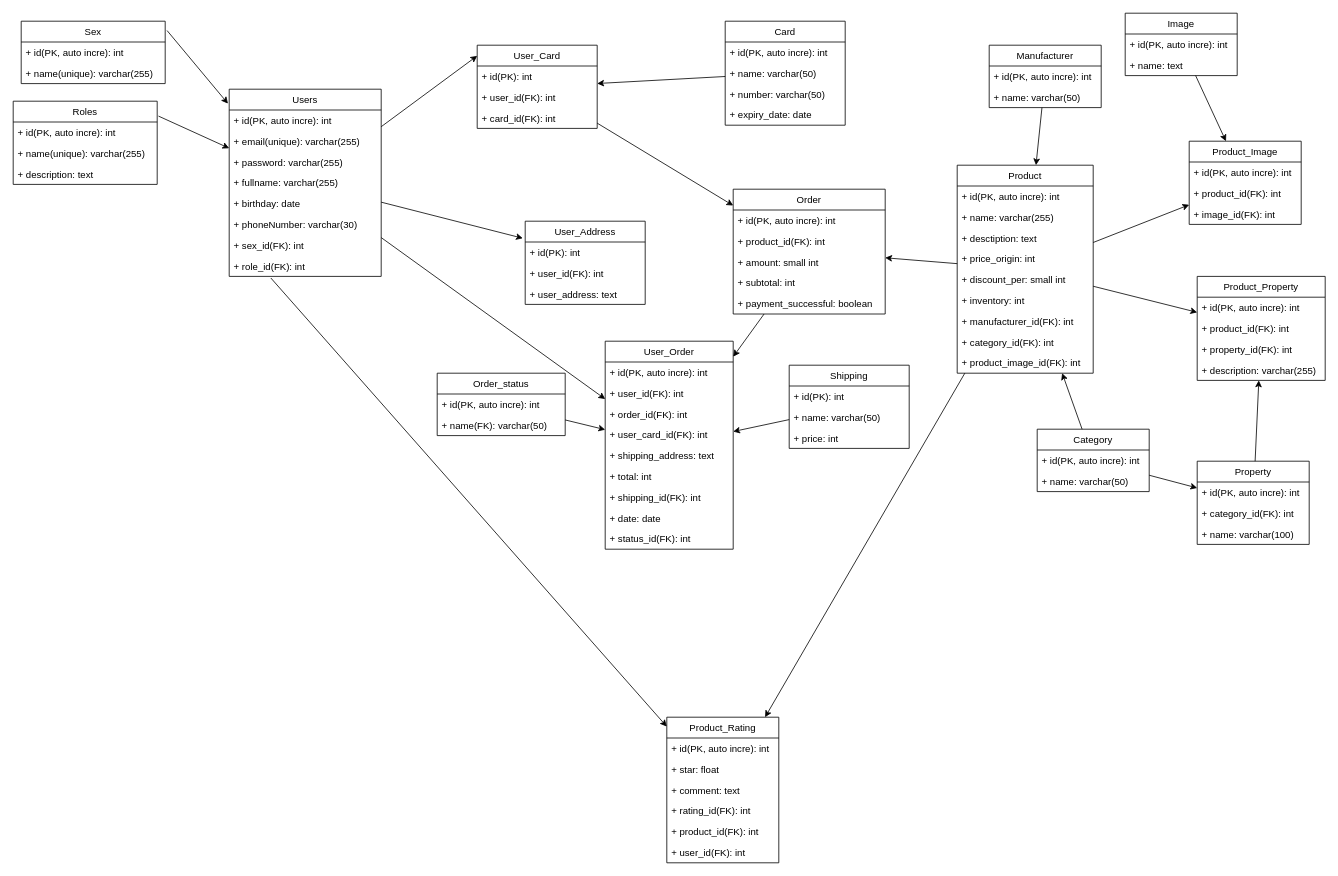
Before: gear3s.drawio in Dev3loperS/gear3s_database, a draw.io diagram. Source tidied: cells renumbered, new cells numbered last; positions are measured from the earlier drawing's top-left corner, leaving out a move shared by most shapes. Both pictures are drawn from the tidied source at 80%, with x=0, y=0 at pixel (13, 13).
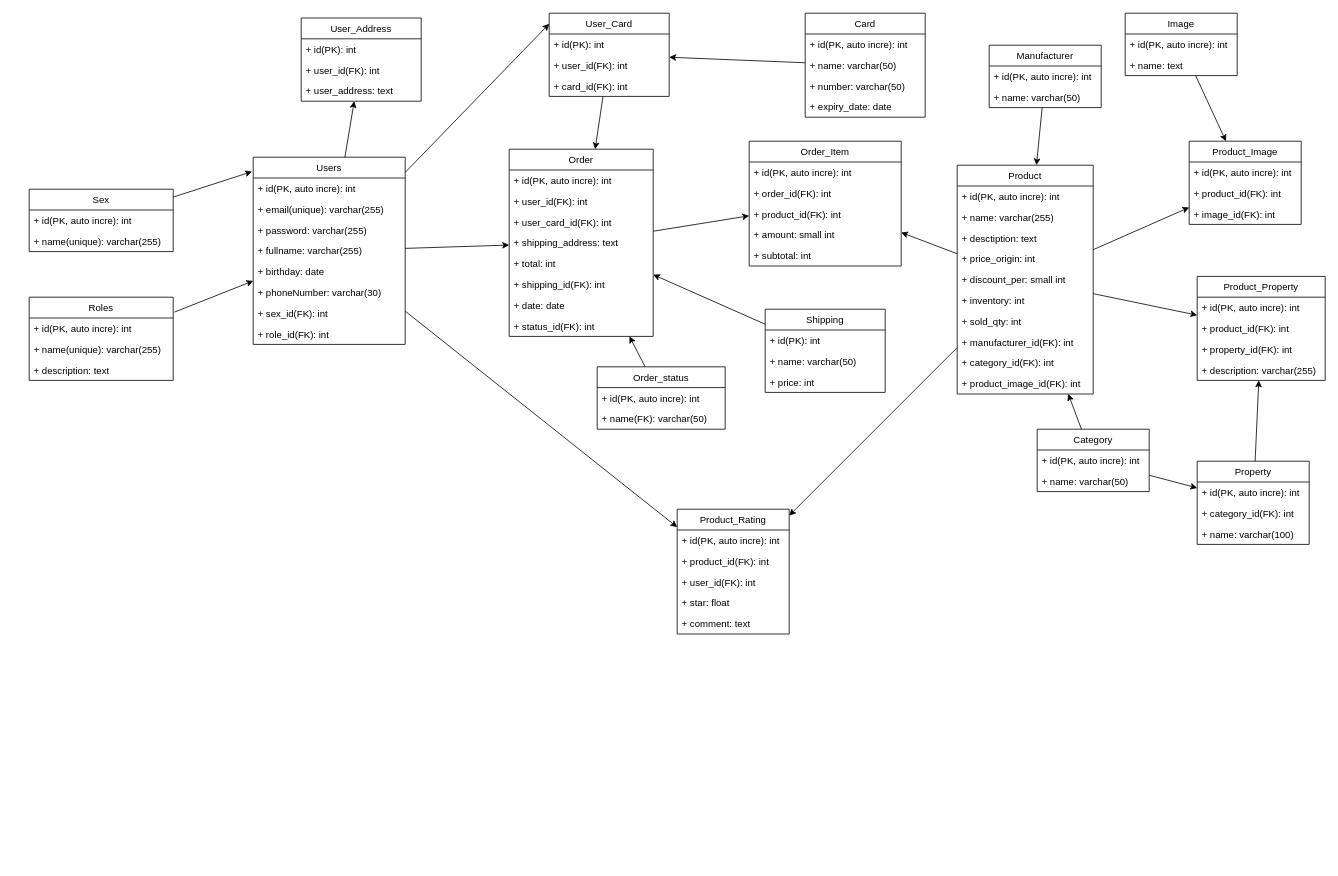
After the change.

The change refers to these unchanged cells:
```xml
<mxCell id="10" value="+ role_id(FK): int " style="text;strokeColor=none;fillColor=none;align=left;verticalAlign=top;spacingLeft=4;spacingRight=4;overflow=hidden;points=[[0,0.5],[1,0.5]];portConstraint=eastwest;" parent="2" vertex="1">
  <mxGeometry y="208" width="190" height="26" as="geometry" />
</mxCell>
```

Change to the diagram source:
```diff
@@
     <mxCell id="2" value="Users" style="swimlane;fontStyle=0;horizontal=1;startSize=26;fillColor=none;" parent="1" vertex="1">
-      <mxGeometry x="270" y="95" width="190" height="234" as="geometry" />
+      <mxGeometry x="300" y="180" width="190" height="234" as="geometry" />
     </mxCell>
@@
     <mxCell id="11" value="Sex" style="swimlane;fontStyle=0;horizontal=1;startSize=26;fillColor=none;" parent="1" vertex="1">
-      <mxGeometry x="10" y="10" width="180" height="78" as="geometry" />
+      <mxGeometry x="20" y="220" width="180" height="78" as="geometry" />
     </mxCell>
@@
     <mxCell id="14" value="User_Address" style="swimlane;fontStyle=0;horizontal=1;startSize=26;fillColor=none;" parent="1" vertex="1">
-      <mxGeometry x="640" y="260" width="150" height="104" as="geometry" />
+      <mxGeometry x="360" y="6" width="150" height="104" as="geometry" />
     </mxCell>
@@
-    <mxCell id="18" style="endArrow=classic;html=1;rounded=0;entryX=-0.02;entryY=0.205;entryDx=0;entryDy=0;entryPerimeter=0;" parent="1" edge="1" source="2" target="14">
+    <mxCell id="18" style="endArrow=classic;html=1;rounded=0;" parent="1" edge="1" source="2" target="14">
       <mxGeometry relative="1" as="geometry" />
     </mxCell>
-    <mxCell id="19" style="endArrow=classic;html=1;rounded=0;entryX=-0.008;entryY=0.077;entryDx=0;entryDy=0;entryPerimeter=0;exitX=1.013;exitY=0.15;exitDx=0;exitDy=0;exitPerimeter=0;" parent="1" edge="1" source="11" target="2">
+    <mxCell id="19" style="endArrow=classic;html=1;rounded=0;entryX=-0.008;entryY=0.077;entryDx=0;entryDy=0;entryPerimeter=0;" parent="1" edge="1" source="11" target="2">
       <mxGeometry relative="1" as="geometry" />
     </mxCell>
     <mxCell id="20" value="User_Card" style="swimlane;fontStyle=0;horizontal=1;startSize=26;fillColor=none;" parent="1" vertex="1">
-      <mxGeometry x="580" y="40" width="150" height="104" as="geometry" />
+      <mxGeometry x="670" width="150" height="104" as="geometry" />
     </mxCell>
@@
     <mxCell id="24" value="Card" style="swimlane;fontStyle=0;horizontal=1;startSize=26;fillColor=none;" parent="1" vertex="1">
-      <mxGeometry x="890" y="10" width="150" height="130" as="geometry" />
+      <mxGeometry x="990" width="150" height="130" as="geometry" />
     </mxCell>
@@
     <mxCell id="31" value="Roles" style="swimlane;fontStyle=0;horizontal=1;startSize=26;fillColor=none;" parent="1" vertex="1">
-      <mxGeometry y="110" width="180" height="104" as="geometry" />
+      <mxGeometry x="20" y="355" width="180" height="104" as="geometry" />
     </mxCell>
@@
     <mxCell id="36" value="Product" style="swimlane;fontStyle=0;horizontal=1;startSize=26;fillColor=none;" parent="1" vertex="1">
-      <mxGeometry x="1180" y="190" width="170" height="260" as="geometry" />
+      <mxGeometry x="1180" y="190" width="170" height="286" as="geometry" />
     </mxCell>
@@
+    <mxCell id="113" value="+ sold_qty: int" style="text;strokeColor=none;fillColor=none;align=left;verticalAlign=top;spacingLeft=4;spacingRight=4;overflow=hidden;" parent="36" vertex="1">
+      <mxGeometry y="182" width="170" height="26" as="geometry" />
+    </mxCell>
     <mxCell id="43" value="+ manufacturer_id(FK): int" style="text;strokeColor=none;fillColor=none;align=left;verticalAlign=top;spacingLeft=4;spacingRight=4;overflow=hidden;" parent="36" vertex="1">
-      <mxGeometry y="182" width="170" height="26" as="geometry" />
+      <mxGeometry y="208" width="170" height="26" as="geometry" />
     </mxCell>
     <mxCell id="44" value="+ category_id(FK): int" style="text;strokeColor=none;fillColor=none;align=left;verticalAlign=top;spacingLeft=4;spacingRight=4;overflow=hidden;" parent="36" vertex="1">
-      <mxGeometry y="208" width="170" height="26" as="geometry" />
+      <mxGeometry y="234" width="170" height="26" as="geometry" />
     </mxCell>
     <mxCell id="45" value="+ product_image_id(FK): int" style="text;strokeColor=none;fillColor=none;align=left;verticalAlign=top;spacingLeft=4;spacingRight=4;overflow=hidden;" parent="36" vertex="1">
-      <mxGeometry y="234" width="170" height="26" as="geometry" />
+      <mxGeometry y="260" width="170" height="26" as="geometry" />
     </mxCell>
@@
-    <mxCell id="75" value="Order" style="swimlane;fontStyle=0;horizontal=1;startSize=26;fillColor=none;" parent="1" vertex="1">
-      <mxGeometry x="900" y="220" width="190" height="156" as="geometry" />
+    <mxCell id="75" value="Order_Item" style="swimlane;fontStyle=0;horizontal=1;startSize=26;fillColor=none;" parent="1" vertex="1">
+      <mxGeometry x="920" y="160" width="190" height="156" as="geometry" />
     </mxCell>
@@
+    <mxCell id="84" value="+ order_id(FK): int" style="text;strokeColor=none;fillColor=none;align=left;verticalAlign=top;spacingLeft=4;spacingRight=4;overflow=hidden;" parent="75" vertex="1">
+      <mxGeometry y="52" width="190" height="26" as="geometry" />
+    </mxCell>
     <mxCell id="77" value="+ product_id(FK): int" style="text;strokeColor=none;fillColor=none;align=left;verticalAlign=top;spacingLeft=4;spacingRight=4;overflow=hidden;" parent="75" vertex="1">
-      <mxGeometry y="52" width="190" height="26" as="geometry" />
+      <mxGeometry y="78" width="190" height="26" as="geometry" />
     </mxCell>
     <mxCell id="78" value="+ amount: small int" style="text;strokeColor=none;fillColor=none;align=left;verticalAlign=top;spacingLeft=4;spacingRight=4;overflow=hidden;" parent="75" vertex="1">
-      <mxGeometry y="78" width="190" height="26" as="geometry" />
+      <mxGeometry y="104" width="190" height="26" as="geometry" />
     </mxCell>
     <mxCell id="79" value="+ subtotal: int" style="text;strokeColor=none;fillColor=none;align=left;verticalAlign=top;spacingLeft=4;spacingRight=4;overflow=hidden;" parent="75" vertex="1">
-      <mxGeometry y="104" width="190" height="26" as="geometry" />
+      <mxGeometry y="130" width="190" height="26" as="geometry" />
     </mxCell>
-    <mxCell id="80" value="+ payment_successful: boolean" style="text;strokeColor=none;fillColor=none;align=left;verticalAlign=top;spacingLeft=4;spacingRight=4;overflow=hidden;" parent="75" vertex="1">
-      <mxGeometry y="130" width="190" height="26" as="geometry" />
-    </mxCell>
-    <mxCell id="81" value="User_Order" style="swimlane;fontStyle=0;horizontal=1;startSize=26;fillColor=none;" parent="1" vertex="1">
-      <mxGeometry x="740" y="410" width="160" height="260" as="geometry" />
+    <mxCell id="81" value="Order" style="swimlane;fontStyle=0;horizontal=1;startSize=26;fillColor=none;" parent="1" vertex="1">
+      <mxGeometry x="620" y="170" width="180" height="234" as="geometry" />
     </mxCell>
     <mxCell id="82" value="+ id(PK, auto incre): int" style="text;strokeColor=none;fillColor=none;align=left;verticalAlign=top;spacingLeft=4;spacingRight=4;overflow=hidden;" parent="81" vertex="1">
-      <mxGeometry y="26" width="160" height="26" as="geometry" />
+      <mxGeometry y="26" width="180" height="26" as="geometry" />
     </mxCell>
     <mxCell id="83" value="+ user_id(FK): int" style="text;strokeColor=none;fillColor=none;align=left;verticalAlign=top;spacingLeft=4;spacingRight=4;overflow=hidden;" parent="81" vertex="1">
-      <mxGeometry y="52" width="160" height="26" as="geometry" />
+      <mxGeometry y="52" width="180" height="26" as="geometry" />
     </mxCell>
-    <mxCell id="84" value="+ order_id(FK): int" style="text;strokeColor=none;fillColor=none;align=left;verticalAlign=top;spacingLeft=4;spacingRight=4;overflow=hidden;" parent="81" vertex="1">
-      <mxGeometry y="78" width="160" height="26" as="geometry" />
-    </mxCell>
     <mxCell id="85" value="+ user_card_id(FK): int" style="text;strokeColor=none;fillColor=none;align=left;verticalAlign=top;spacingLeft=4;spacingRight=4;overflow=hidden;" parent="81" vertex="1">
-      <mxGeometry y="104" width="160" height="26" as="geometry" />
+      <mxGeometry y="78" width="180" height="26" as="geometry" />
     </mxCell>
     <mxCell id="86" value="+ shipping_address: text" style="text;strokeColor=none;fillColor=none;align=left;verticalAlign=top;spacingLeft=4;spacingRight=4;overflow=hidden;" parent="81" vertex="1">
-      <mxGeometry y="130" width="160" height="26" as="geometry" />
+      <mxGeometry y="104" width="180" height="26" as="geometry" />
     </mxCell>
     <mxCell id="87" value="+ total: int" style="text;strokeColor=none;fillColor=none;align=left;verticalAlign=top;spacingLeft=4;spacingRight=4;overflow=hidden;" parent="81" vertex="1">
-      <mxGeometry y="156" width="160" height="26" as="geometry" />
+      <mxGeometry y="130" width="180" height="26" as="geometry" />
     </mxCell>
     <mxCell id="88" value="+ shipping_id(FK): int" style="text;strokeColor=none;fillColor=none;align=left;verticalAlign=top;spacingLeft=4;spacingRight=4;overflow=hidden;" parent="81" vertex="1">
-      <mxGeometry y="182" width="160" height="26" as="geometry" />
+      <mxGeometry y="156" width="180" height="26" as="geometry" />
     </mxCell>
     <mxCell id="89" value="+ date: date" style="text;strokeColor=none;fillColor=none;align=left;verticalAlign=top;spacingLeft=4;spacingRight=4;overflow=hidden;" parent="81" vertex="1">
-      <mxGeometry y="208" width="160" height="26" as="geometry" />
+      <mxGeometry y="182" width="180" height="26" as="geometry" />
     </mxCell>
     <mxCell id="90" value="+ status_id(FK): int" style="text;strokeColor=none;fillColor=none;align=left;verticalAlign=top;spacingLeft=4;spacingRight=4;overflow=hidden;" parent="81" vertex="1">
-      <mxGeometry y="234" width="160" height="26" as="geometry" />
+      <mxGeometry y="208" width="180" height="26" as="geometry" />
     </mxCell>
@@
     <mxCell id="92" value="Order_status" style="swimlane;fontStyle=0;horizontal=1;startSize=26;fillColor=none;" parent="1" vertex="1">
-      <mxGeometry x="530" y="450" width="160" height="78" as="geometry" />
+      <mxGeometry x="730" y="442" width="160" height="78" as="geometry" />
     </mxCell>
@@
-    <mxCell id="97" style="endArrow=classic;html=1;rounded=0;" parent="1" edge="1" source="75" target="81">
+    <mxCell id="97" style="endArrow=classic;html=1;rounded=0;" parent="1" edge="1" source="81" target="75">
       <mxGeometry relative="1" as="geometry" />
     </mxCell>
-    <mxCell id="98" style="endArrow=classic;html=1;rounded=0;" parent="1" edge="1" source="20" target="75">
+    <mxCell id="98" style="endArrow=classic;html=1;rounded=0;" parent="1" edge="1" source="20" target="81">
       <mxGeometry relative="1" as="geometry" />
     </mxCell>
     <mxCell id="99" value="Shipping" style="swimlane;fontStyle=0;horizontal=1;startSize=26;fillColor=none;" parent="1" vertex="1">
-      <mxGeometry x="970" y="440" width="150" height="104" as="geometry" />
+      <mxGeometry x="940" y="370" width="150" height="104" as="geometry" />
     </mxCell>
@@
     <mxCell id="104" value="Product_Rating" style="swimlane;fontStyle=0;horizontal=1;startSize=26;fillColor=none;" parent="1" vertex="1">
-      <mxGeometry x="817" y="880" width="140" height="182" as="geometry" />
+      <mxGeometry x="830" y="620" width="140" height="156" as="geometry" />
     </mxCell>
@@
+    <mxCell id="109" value="+ product_id(FK): int" style="text;strokeColor=none;fillColor=none;align=left;verticalAlign=top;spacingLeft=4;spacingRight=4;overflow=hidden;" parent="104" vertex="1">
+      <mxGeometry y="52" width="140" height="26" as="geometry" />
+    </mxCell>
+    <mxCell id="110" value="+ user_id(FK): int" style="text;strokeColor=none;fillColor=none;align=left;verticalAlign=top;spacingLeft=4;spacingRight=4;overflow=hidden;" parent="104" vertex="1">
+      <mxGeometry y="78" width="140" height="26" as="geometry" />
+    </mxCell>
     <mxCell id="106" value="+ star: float" style="text;strokeColor=none;fillColor=none;align=left;verticalAlign=top;spacingLeft=4;spacingRight=4;overflow=hidden;" parent="104" vertex="1">
-      <mxGeometry y="52" width="140" height="26" as="geometry" />
+      <mxGeometry y="104" width="140" height="26" as="geometry" />
     </mxCell>
     <mxCell id="107" value="+ comment: text" style="text;strokeColor=none;fillColor=none;align=left;verticalAlign=top;spacingLeft=4;spacingRight=4;overflow=hidden;" parent="104" vertex="1">
-      <mxGeometry y="78" width="140" height="26" as="geometry" />
+      <mxGeometry y="130" width="140" height="26" as="geometry" />
     </mxCell>
-    <mxCell id="108" value="+ rating_id(FK): int" style="text;strokeColor=none;fillColor=none;align=left;verticalAlign=top;spacingLeft=4;spacingRight=4;overflow=hidden;" parent="104" vertex="1">
-      <mxGeometry y="104" width="140" height="26" as="geometry" />
-    </mxCell>
-    <mxCell id="109" value="+ product_id(FK): int" style="text;strokeColor=none;fillColor=none;align=left;verticalAlign=top;spacingLeft=4;spacingRight=4;overflow=hidden;" parent="104" vertex="1">
-      <mxGeometry y="130" width="140" height="26" as="geometry" />
-    </mxCell>
-    <mxCell id="110" value="+ user_id(FK): int" style="text;strokeColor=none;fillColor=none;align=left;verticalAlign=top;spacingLeft=4;spacingRight=4;overflow=hidden;" parent="104" vertex="1">
-      <mxGeometry y="156" width="140" height="26" as="geometry" />
-    </mxCell>
@@
-    <mxCell id="112" style="endArrow=classic;html=1;rounded=0;exitX=0.274;exitY=1.077;exitDx=0;exitDy=0;exitPerimeter=0;" parent="1" edge="1" source="10" target="104">
+    <mxCell id="112" style="endArrow=classic;html=1;rounded=0;" parent="1" edge="1" source="2" target="104">
       <mxGeometry relative="1" as="geometry" />
     </mxCell>
```
